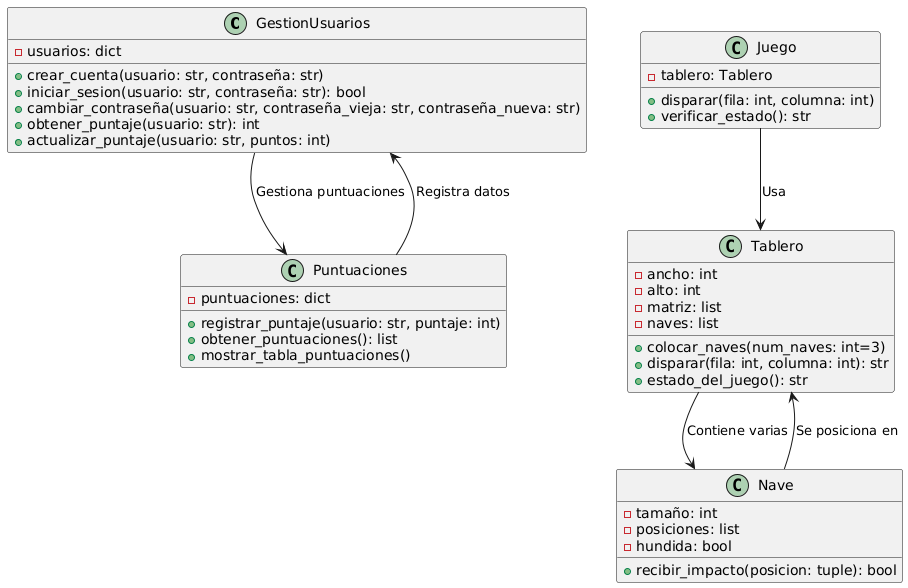
Before: umlNaval.png, a diagram exported from PlantUML (satorresga/BatallaNaval).
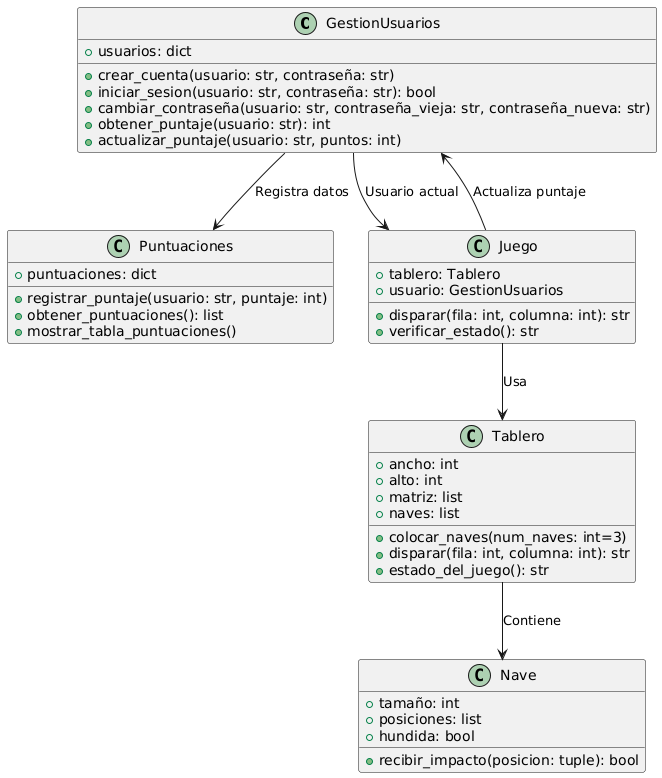
After the change.

Change to the diagram source:
```diff
@@ -1,46 +1,47 @@
 @startuml
 class GestionUsuarios {
-    - usuarios: dict
-    + crear_cuenta(usuario: str, contraseña: str)
-    + iniciar_sesion(usuario: str, contraseña: str): bool
-    + cambiar_contraseña(usuario: str, contraseña_vieja: str, contraseña_nueva: str)
-    + obtener_puntaje(usuario: str): int
-    + actualizar_puntaje(usuario: str, puntos: int)
+    +usuarios: dict
+    +crear_cuenta(usuario: str, contraseña: str)
+    +iniciar_sesion(usuario: str, contraseña: str): bool
+    +cambiar_contraseña(usuario: str, contraseña_vieja: str, contraseña_nueva: str)
+    +obtener_puntaje(usuario: str): int
+    +actualizar_puntaje(usuario: str, puntos: int)
+}
+
+class Puntuaciones {
+    +puntuaciones: dict
+    +registrar_puntaje(usuario: str, puntaje: int)
+    +obtener_puntuaciones(): list
+    +mostrar_tabla_puntuaciones()
 }
 
 class Juego {
-    - tablero: Tablero
-    + disparar(fila: int, columna: int)
-    + verificar_estado(): str
+    +tablero: Tablero
+    +usuario: GestionUsuarios
+    +disparar(fila: int, columna: int): str
+    +verificar_estado(): str
 }
 
 class Tablero {
-    - ancho: int
-    - alto: int
-    - matriz: list
-    - naves: list
-    + colocar_naves(num_naves: int=3)
-    + disparar(fila: int, columna: int): str
-    + estado_del_juego(): str
+    +ancho: int
+    +alto: int
+    +matriz: list
+    +naves: list
+    +colocar_naves(num_naves: int=3)
+    +disparar(fila: int, columna: int): str
+    +estado_del_juego(): str
 }
 
 class Nave {
-    - tamaño: int
-    - posiciones: list
-    - hundida: bool
-    + recibir_impacto(posicion: tuple): bool
+    +tamaño: int
+    +posiciones: list
+    +hundida: bool
+    +recibir_impacto(posicion: tuple): bool
 }
 
-class Puntuaciones {
-    - puntuaciones: dict
-    + registrar_puntaje(usuario: str, puntaje: int)
-    + obtener_puntuaciones(): list
-    + mostrar_tabla_puntuaciones()
-}
-
-GestionUsuarios --> Puntuaciones : "Gestiona puntuaciones"
+GestionUsuarios --> Puntuaciones : "Registra datos"
 Juego --> Tablero : "Usa"
-Tablero --> Nave : "Contiene varias"
-Nave --> Tablero : "Se posiciona en"
-Puntuaciones --> GestionUsuarios : "Registra datos"
+Tablero --> Nave : "Contiene"
+GestionUsuarios --> Juego : "Usuario actual"
+Juego --> GestionUsuarios : "Actualiza puntaje"
 @enduml
```
